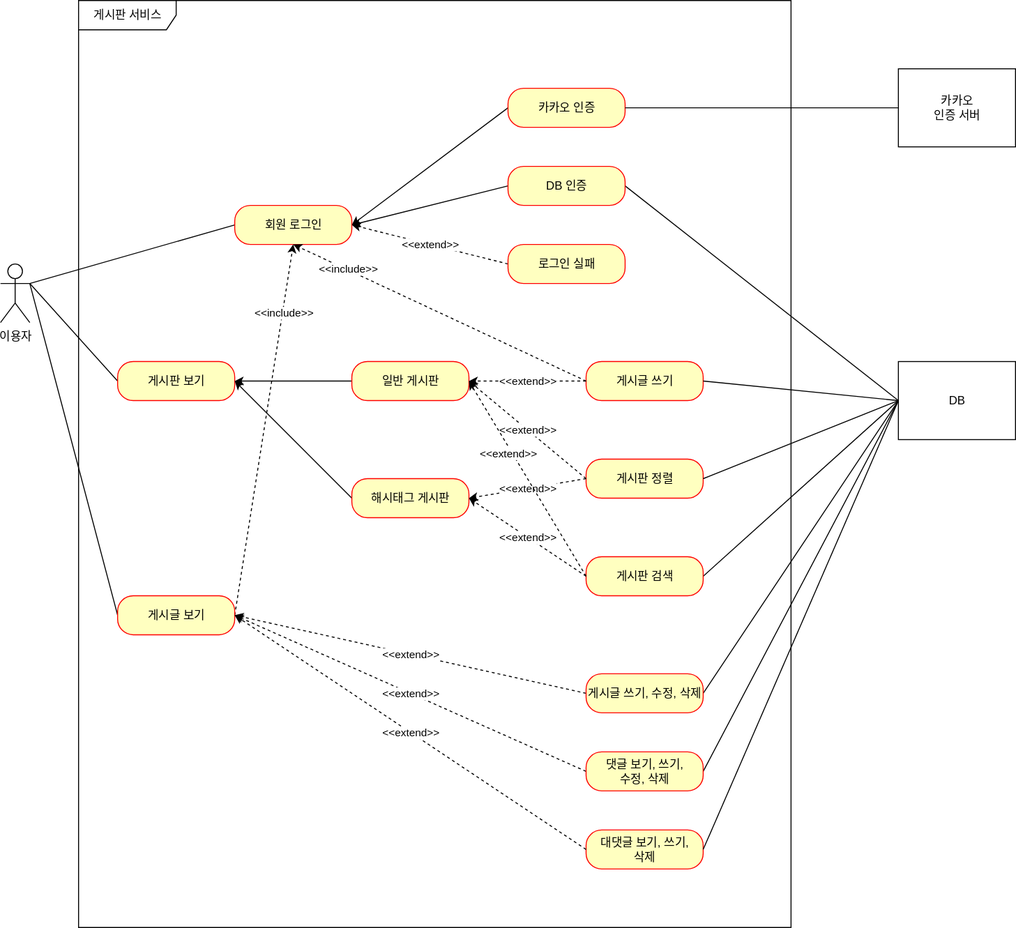
The draw.io diagram document/use-case.svg in peg5325/spring-board, before a commit. Source tidied: cells renumbered, new cells last; positions are measured from the earlier drawing's top-left corner, leaving out a move shared by most shapes.
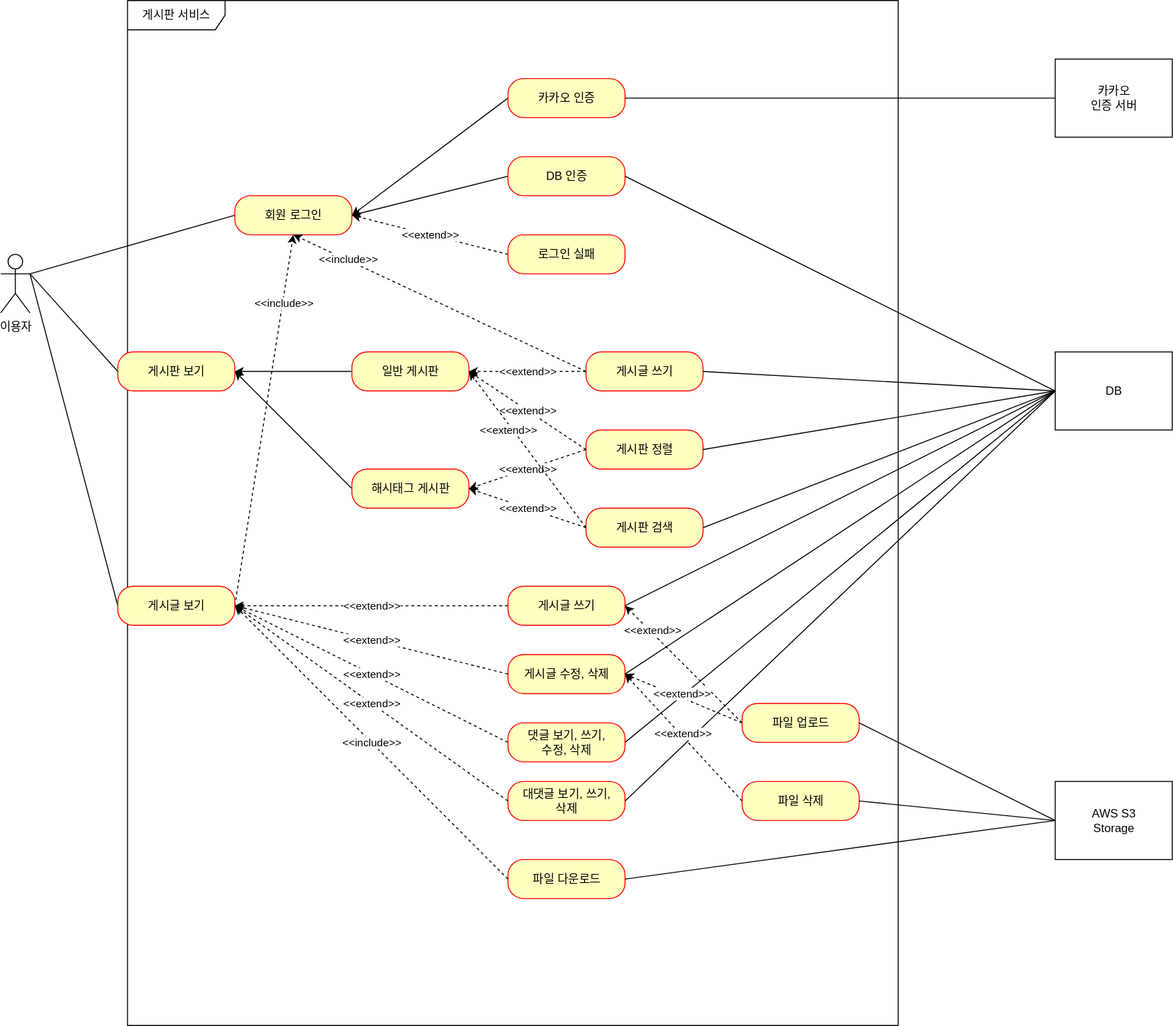
Later version of the same file.

Commit message:
#71 - use-case.svg 업데이트: 파일 업로드 기능 및 AWS S3 표현

Diff of the diagram source:
```diff
@@ -6,7 +6,7 @@
       <mxGeometry y="270" width="30" height="60" as="geometry" />
     </mxCell>
     <mxCell id="3" value="게시판 서비스" style="shape=umlFrame;whiteSpace=wrap;html=1;width=100;height=30;" parent="1" vertex="1">
-      <mxGeometry x="80" width="730" height="950" as="geometry" />
+      <mxGeometry x="130" y="10" width="790" height="1050" as="geometry" />
     </mxCell>
     <mxCell id="4" style="rounded=0;jettySize=auto;html=1;exitX=0;exitY=0.5;exitDx=0;exitDy=0;endArrow=none;endFill=0;" parent="1" edge="1" source="6">
       <mxGeometry relative="1" as="geometry">
@@ -71,8 +71,8 @@
     <mxCell id="22" style="rounded=0;jettySize=auto;html=1;exitX=1;exitY=0.5;exitDx=0;exitDy=0;endArrow=none;endFill=0;entryX=0;entryY=0.5;entryDx=0;entryDy=0;" parent="1" edge="1" source="23" target="27">
       <mxGeometry relative="1" as="geometry" />
     </mxCell>
-    <mxCell id="23" value="게시글 쓰기, 수정, 삭제" style="rounded=1;whiteSpace=wrap;html=1;arcSize=40;fontColor=#000000;fillColor=#ffffc0;strokeColor=#ff0000;" parent="1" vertex="1">
-      <mxGeometry x="600" y="690" width="120" height="40" as="geometry" />
+    <mxCell id="23" value="게시글 쓰기" style="rounded=1;whiteSpace=wrap;html=1;arcSize=40;fontColor=#000000;fillColor=#ffffc0;strokeColor=#ff0000;" parent="1" vertex="1">
+      <mxGeometry x="520" y="610" width="120" height="40" as="geometry" />
     </mxCell>
     <mxCell id="24" value="&amp;lt;&amp;lt;extend&amp;gt;&amp;gt;" style="rounded=0;jettySize=auto;html=1;exitX=0;exitY=0.5;exitDx=0;exitDy=0;entryX=1;entryY=0.5;entryDx=0;entryDy=0;dashed=1;" parent="1" edge="1" source="26" target="11">
       <mxGeometry relative="1" as="geometry" />
@@ -81,13 +81,13 @@
       <mxGeometry relative="1" as="geometry" />
     </mxCell>
     <mxCell id="26" value="댓글 보기, 쓰기,&lt;div&gt;수정, 삭제&lt;/div&gt;" style="rounded=1;whiteSpace=wrap;html=1;arcSize=40;fontColor=#000000;fillColor=#ffffc0;strokeColor=#ff0000;" parent="1" vertex="1">
-      <mxGeometry x="600" y="770" width="120" height="40" as="geometry" />
+      <mxGeometry x="520" y="750" width="120" height="40" as="geometry" />
     </mxCell>
     <mxCell id="27" value="DB" style="html=1;whiteSpace=wrap;" parent="1" vertex="1">
-      <mxGeometry x="920" y="370" width="120" height="80" as="geometry" />
+      <mxGeometry x="1081" y="370" width="120" height="80" as="geometry" />
     </mxCell>
     <mxCell id="28" value="대댓글 보기, 쓰기,&lt;div&gt;삭제&lt;/div&gt;" style="rounded=1;whiteSpace=wrap;html=1;arcSize=40;fontColor=#000000;fillColor=#ffffc0;strokeColor=#ff0000;" parent="1" vertex="1">
-      <mxGeometry x="600" y="850" width="120" height="40" as="geometry" />
+      <mxGeometry x="520" y="810" width="120" height="40" as="geometry" />
     </mxCell>
     <mxCell id="29" value="&amp;lt;&amp;lt;extend&amp;gt;&amp;gt;" style="rounded=0;jettySize=auto;html=1;exitX=0;exitY=0.5;exitDx=0;exitDy=0;dashed=1;entryX=1;entryY=0.5;entryDx=0;entryDy=0;" parent="1" edge="1" source="28" target="11">
       <mxGeometry relative="1" as="geometry" />
@@ -99,13 +99,13 @@
       <mxGeometry x="600" y="370" width="120" height="40" as="geometry" />
     </mxCell>
     <mxCell id="32" value="게시판 정렬" style="rounded=1;whiteSpace=wrap;html=1;arcSize=40;fontColor=#000000;fillColor=#ffffc0;strokeColor=#ff0000;" parent="1" vertex="1">
-      <mxGeometry x="600" y="470" width="120" height="40" as="geometry" />
+      <mxGeometry x="600" y="450" width="120" height="40" as="geometry" />
     </mxCell>
     <mxCell id="33" style="rounded=0;jettySize=auto;html=1;exitX=1;exitY=0.5;exitDx=0;exitDy=0;entryX=0;entryY=0.5;entryDx=0;entryDy=0;endArrow=none;endFill=0;" parent="1" edge="1" source="34" target="27">
       <mxGeometry relative="1" as="geometry" />
     </mxCell>
     <mxCell id="34" value="게시판 검색" style="rounded=1;whiteSpace=wrap;html=1;arcSize=40;fontColor=#000000;fillColor=#ffffc0;strokeColor=#ff0000;" parent="1" vertex="1">
-      <mxGeometry x="600" y="570" width="120" height="40" as="geometry" />
+      <mxGeometry x="600" y="530" width="120" height="40" as="geometry" />
     </mxCell>
     <mxCell id="35" value="&amp;lt;&amp;lt;include&amp;gt;&amp;gt;" style="rounded=0;jettySize=auto;html=1;exitX=0;exitY=0.5;exitDx=0;exitDy=0;entryX=0.5;entryY=1;entryDx=0;entryDy=0;dashed=1;" parent="1" edge="1" source="31" target="6">
       <mxGeometry x="0.63" y="-1" relative="1" as="geometry" />
@@ -138,7 +138,51 @@
       <mxGeometry relative="1" as="geometry" />
     </mxCell>
     <mxCell id="45" value="카카오&lt;div&gt;인증 서버&lt;/div&gt;" style="html=1;whiteSpace=wrap;" parent="1" vertex="1">
-      <mxGeometry x="920" y="70" width="120" height="80" as="geometry" />
+      <mxGeometry x="1081" y="70" width="120" height="80" as="geometry" />
     </mxCell>
+    <mxCell id="46" value="AWS S3&lt;br&gt;Storage" style="html=1;whiteSpace=wrap;" parent="1" vertex="1">
+      <mxGeometry x="1081" y="810" width="120" height="80" as="geometry" />
+    </mxCell>
+    <mxCell id="47" value="파일 업로드" style="rounded=1;whiteSpace=wrap;html=1;arcSize=40;fontColor=#000000;fillColor=#ffffc0;strokeColor=#ff0000;" parent="1" vertex="1">
+      <mxGeometry x="760" y="730" width="120" height="40" as="geometry" />
+    </mxCell>
+    <mxCell id="48" value="파일 다운로드" style="rounded=1;whiteSpace=wrap;html=1;arcSize=40;fontColor=#000000;fillColor=#ffffc0;strokeColor=#ff0000;" parent="1" vertex="1">
+      <mxGeometry x="520" y="890" width="120" height="40" as="geometry" />
+    </mxCell>
+    <mxCell id="49" value="게시글 수정, 삭제" style="rounded=1;whiteSpace=wrap;html=1;arcSize=40;fontColor=#000000;fillColor=#ffffc0;strokeColor=#ff0000;" parent="1" vertex="1">
+      <mxGeometry x="520" y="680" width="120" height="40" as="geometry" />
+    </mxCell>
+    <mxCell id="50" value="&amp;lt;&amp;lt;extend&amp;gt;&amp;gt;" style="rounded=0;jettySize=auto;html=1;exitX=0;exitY=0.5;exitDx=0;exitDy=0;dashed=1;entryX=1;entryY=0.5;entryDx=0;entryDy=0;" parent="1" edge="1" source="49" target="11">
+      <mxGeometry relative="1" as="geometry" />
+    </mxCell>
+    <mxCell id="51" value="&amp;lt;&amp;lt;include&amp;gt;&amp;gt;" style="rounded=0;jettySize=auto;html=1;exitX=0;exitY=0.5;exitDx=0;exitDy=0;dashed=1;entryX=1;entryY=0.5;entryDx=0;entryDy=0;" parent="1" edge="1" source="48" target="11">
+      <mxGeometry relative="1" as="geometry" />
+    </mxCell>
+    <mxCell id="52" value="파일 삭제" style="rounded=1;whiteSpace=wrap;html=1;arcSize=40;fontColor=#000000;fillColor=#ffffc0;strokeColor=#ff0000;" parent="1" vertex="1">
+      <mxGeometry x="760" y="810" width="120" height="40" as="geometry" />
+    </mxCell>
+    <mxCell id="53" value="&amp;lt;&amp;lt;extend&amp;gt;&amp;gt;" style="rounded=0;jettySize=auto;html=1;exitX=0;exitY=0.5;exitDx=0;exitDy=0;dashed=1;entryX=1;entryY=0.5;entryDx=0;entryDy=0;" parent="1" edge="1" source="47" target="23">
+      <mxGeometry x="0.55" y="-2" relative="1" as="geometry" />
+    </mxCell>
+    <mxCell id="54" value="&amp;lt;&amp;lt;extend&amp;gt;&amp;gt;" style="rounded=0;jettySize=auto;html=1;exitX=0;exitY=0.5;exitDx=0;exitDy=0;dashed=1;entryX=1;entryY=0.5;entryDx=0;entryDy=0;" parent="1" edge="1" source="47" target="49">
+      <mxGeometry x="0.06" y="-4" relative="1" as="geometry" />
+    </mxCell>
+    <mxCell id="55" value="&amp;lt;&amp;lt;extend&amp;gt;&amp;gt;" style="rounded=0;jettySize=auto;html=1;exitX=0;exitY=0.5;exitDx=0;exitDy=0;dashed=1;entryX=1;entryY=0.5;entryDx=0;entryDy=0;" parent="1" edge="1" source="52" target="49">
+      <mxGeometry x="0.06" y="-3" relative="1" as="geometry">
+        <mxPoint y="1" as="offset" />
+      </mxGeometry>
+    </mxCell>
+    <mxCell id="56" style="rounded=0;jettySize=auto;html=1;exitX=1;exitY=0.5;exitDx=0;exitDy=0;endArrow=none;endFill=0;entryX=0;entryY=0.5;entryDx=0;entryDy=0;" parent="1" edge="1" source="47" target="46">
+      <mxGeometry relative="1" as="geometry" />
+    </mxCell>
+    <mxCell id="57" style="rounded=0;jettySize=auto;html=1;exitX=1;exitY=0.5;exitDx=0;exitDy=0;endArrow=none;endFill=0;entryX=0;entryY=0.5;entryDx=0;entryDy=0;" parent="1" edge="1" source="52" target="46">
+      <mxGeometry relative="1" as="geometry" />
+    </mxCell>
+    <mxCell id="58" style="rounded=0;jettySize=auto;html=1;endArrow=none;endFill=0;entryX=0;entryY=0.5;entryDx=0;entryDy=0;exitX=1;exitY=0.5;exitDx=0;exitDy=0;" parent="1" edge="1" source="48" target="46">
+      <mxGeometry relative="1" as="geometry" />
+    </mxCell>
+    <mxCell id="59" style="rounded=0;jettySize=auto;html=1;exitX=1;exitY=0.5;exitDx=0;exitDy=0;endArrow=none;endFill=0;entryX=0;entryY=0.5;entryDx=0;entryDy=0;" parent="1" edge="1" source="49" target="27">
+      <mxGeometry relative="1" as="geometry" />
+    </mxCell>
   </root>
 </mxGraphModel>
```
